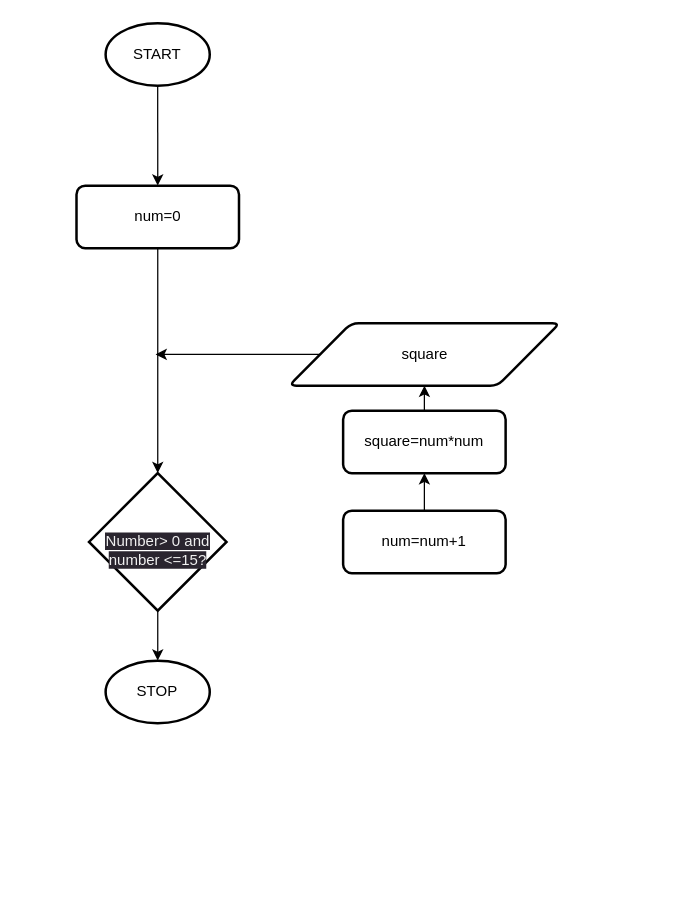
Above: LABS QUESTION C KISERA TIMON OMONDE 166998 ICS A.drawio in KiseraTimon/learning (draw.io), before the change. Source tidied: cells renumbered, new cells numbered last; positions are measured from the earlier drawing's top-left corner, leaving out a move shared by most shapes. Both pictures are drawn from the tidied source at 125%, with x=0, y=0 at pixel (76, 22).
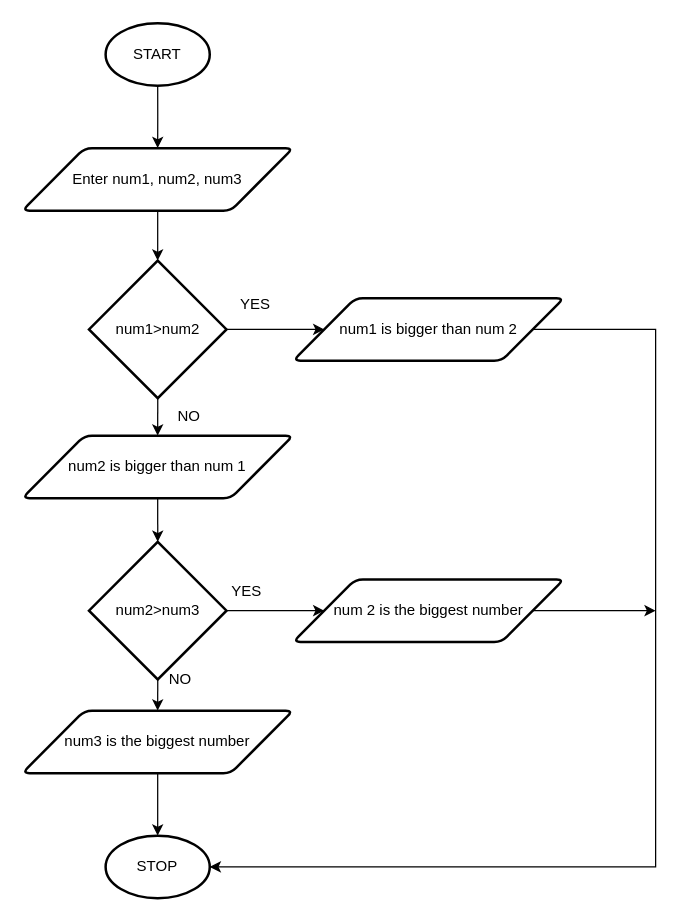
After the change.

The change refers to these unchanged cells:
```xml
<mxCell id="3" value="START" style="strokeWidth=2;html=1;shape=mxgraph.flowchart.start_1;whiteSpace=wrap;" parent="1" vertex="1">
  <mxGeometry x="23" width="83.3" height="50" as="geometry" />
</mxCell>
```

What changed in the source:
```diff
@@
-    <mxCell id="2" style="edgeStyle=orthogonalEdgeStyle;rounded=0;jettySize=auto;html=1;exitX=0.5;exitY=1;exitDx=0;exitDy=0;exitPerimeter=0;entryX=0.5;entryY=0;entryDx=0;entryDy=0;" parent="1" edge="1" source="3" target="7">
-      <mxGeometry relative="1" as="geometry" />
-    </mxCell>
+    <mxCell id="15" style="edgeStyle=orthogonalEdgeStyle;rounded=0;jettySize=auto;html=1;exitX=0.5;exitY=1;exitDx=0;exitDy=0;exitPerimeter=0;entryX=0.5;entryY=0;entryDx=0;entryDy=0;" parent="1" edge="1" source="3" target="13">
+      <mxGeometry relative="1" as="geometry" />
+    </mxCell>
@@
-    <mxCell id="4" style="edgeStyle=orthogonalEdgeStyle;rounded=0;jettySize=auto;html=1;exitX=0.5;exitY=1;exitDx=0;exitDy=0;exitPerimeter=0;" parent="1" edge="1" source="5" target="14">
-      <mxGeometry relative="1" as="geometry" />
-    </mxCell>
+    <mxCell id="16" style="edgeStyle=orthogonalEdgeStyle;rounded=0;jettySize=auto;html=1;exitX=1;exitY=0.5;exitDx=0;exitDy=0;exitPerimeter=0;" parent="1" edge="1" source="5" target="24">
+      <mxGeometry relative="1" as="geometry" />
+    </mxCell>
+    <mxCell id="17" style="edgeStyle=orthogonalEdgeStyle;rounded=0;jettySize=auto;html=1;exitX=0.5;exitY=1;exitDx=0;exitDy=0;exitPerimeter=0;entryX=0.5;entryY=0;entryDx=0;entryDy=0;" parent="1" edge="1" source="5" target="28">
+      <mxGeometry relative="1" as="geometry" />
+    </mxCell>
-    <mxCell id="5" value="&lt;br&gt;&lt;span style=&quot;color: rgb(240, 240, 240); font-family: Helvetica; font-size: 12px; font-style: normal; font-variant-ligatures: normal; font-variant-caps: normal; font-weight: 400; letter-spacing: normal; orphans: 2; text-align: center; text-indent: 0px; text-transform: none; widows: 2; word-spacing: 0px; -webkit-text-stroke-width: 0px; background-color: rgb(42, 37, 47); text-decoration-thickness: initial; text-decoration-style: initial; text-decoration-color: initial; float: none; display: inline !important;&quot;&gt;Number&amp;gt; 0 and number &amp;lt;=15?&lt;/span&gt;&lt;br&gt;" style="strokeWidth=2;html=1;shape=mxgraph.flowchart.decision;whiteSpace=wrap;" parent="1" vertex="1">
-      <mxGeometry x="9.7" y="360" width="110" height="110" as="geometry" />
+    <mxCell id="5" value="num1&amp;gt;num2" style="strokeWidth=2;html=1;shape=mxgraph.flowchart.decision;whiteSpace=wrap;" parent="1" vertex="1">
+      <mxGeometry x="9.7" y="190" width="110" height="110" as="geometry" />
     </mxCell>
-    <mxCell id="6" style="edgeStyle=orthogonalEdgeStyle;rounded=0;jettySize=auto;html=1;exitX=0.5;exitY=1;exitDx=0;exitDy=0;" parent="1" edge="1" source="7" target="5">
+    <mxCell id="6" style="edgeStyle=orthogonalEdgeStyle;rounded=0;jettySize=auto;html=1;exitX=0.5;exitY=1;exitDx=0;exitDy=0;" parent="1" edge="1" source="13" target="5">
       <mxGeometry relative="1" as="geometry" />
     </mxCell>
-    <mxCell id="7" value="num=0" style="rounded=1;whiteSpace=wrap;html=1;absoluteArcSize=1;arcSize=14;strokeWidth=2;" parent="1" vertex="1">
-      <mxGeometry x="-0.3" y="130" width="130" height="50" as="geometry" />
-    </mxCell>
-    <mxCell id="8" style="edgeStyle=orthogonalEdgeStyle;rounded=0;jettySize=auto;html=1;exitX=0.5;exitY=0;exitDx=0;exitDy=0;entryX=0.5;entryY=1;entryDx=0;entryDy=0;" parent="1" edge="1" source="9" target="11">
-      <mxGeometry relative="1" as="geometry" />
-    </mxCell>
-    <mxCell id="9" value="num=num+1" style="rounded=1;whiteSpace=wrap;html=1;absoluteArcSize=1;arcSize=14;strokeWidth=2;" parent="1" vertex="1">
-      <mxGeometry x="213" y="390" width="130" height="50" as="geometry" />
-    </mxCell>
-    <mxCell id="10" style="edgeStyle=orthogonalEdgeStyle;rounded=0;jettySize=auto;html=1;exitX=0.5;exitY=0;exitDx=0;exitDy=0;entryX=0.5;entryY=1;entryDx=0;entryDy=0;" parent="1" edge="1" source="11" target="13">
-      <mxGeometry relative="1" as="geometry" />
-    </mxCell>
-    <mxCell id="11" value="square=num*num" style="rounded=1;whiteSpace=wrap;html=1;absoluteArcSize=1;arcSize=14;strokeWidth=2;" parent="1" vertex="1">
-      <mxGeometry x="213" y="310" width="130" height="50" as="geometry" />
-    </mxCell>
-    <mxCell id="12" style="edgeStyle=orthogonalEdgeStyle;rounded=0;jettySize=auto;html=1;exitX=0;exitY=0.5;exitDx=0;exitDy=0;" parent="1" edge="1" source="13">
-      <mxGeometry relative="1" as="geometry">
-        <mxPoint x="63" y="265" as="targetPoint" />
-      </mxGeometry>
-    </mxCell>
-    <mxCell id="13" value="square" style="shape=parallelogram;html=1;strokeWidth=2;perimeter=parallelogramPerimeter;whiteSpace=wrap;rounded=1;arcSize=12;size=0.23;" parent="1" vertex="1">
-      <mxGeometry x="169.7" y="240" width="216.7" height="50" as="geometry" />
+    <mxCell id="13" value="Enter num1, num2, num3" style="shape=parallelogram;html=1;strokeWidth=2;perimeter=parallelogramPerimeter;whiteSpace=wrap;rounded=1;arcSize=12;size=0.23;" parent="1" vertex="1">
+      <mxGeometry x="-43.7" y="100" width="216.7" height="50" as="geometry" />
     </mxCell>
     <mxCell id="14" value="STOP" style="strokeWidth=2;html=1;shape=mxgraph.flowchart.start_1;whiteSpace=wrap;" parent="1" vertex="1">
-      <mxGeometry x="23" y="510" width="83.3" height="50" as="geometry" />
+      <mxGeometry x="23" y="650" width="83.3" height="50" as="geometry" />
     </mxCell>
+    <mxCell id="18" style="edgeStyle=orthogonalEdgeStyle;rounded=0;jettySize=auto;html=1;exitX=1;exitY=0.5;exitDx=0;exitDy=0;exitPerimeter=0;entryX=0;entryY=0.5;entryDx=0;entryDy=0;" parent="1" edge="1" source="20" target="22">
+      <mxGeometry relative="1" as="geometry" />
+    </mxCell>
+    <mxCell id="19" style="edgeStyle=orthogonalEdgeStyle;rounded=0;jettySize=auto;html=1;exitX=0.5;exitY=1;exitDx=0;exitDy=0;exitPerimeter=0;entryX=0.5;entryY=0;entryDx=0;entryDy=0;" parent="1" edge="1" source="20" target="26">
+      <mxGeometry relative="1" as="geometry" />
+    </mxCell>
+    <mxCell id="20" value="num2&amp;gt;num3" style="strokeWidth=2;html=1;shape=mxgraph.flowchart.decision;whiteSpace=wrap;" parent="1" vertex="1">
+      <mxGeometry x="9.7" y="415" width="110" height="110" as="geometry" />
+    </mxCell>
+    <mxCell id="21" style="edgeStyle=orthogonalEdgeStyle;rounded=0;jettySize=auto;html=1;exitX=1;exitY=0.5;exitDx=0;exitDy=0;" parent="1" edge="1" source="22">
+      <mxGeometry relative="1" as="geometry">
+        <mxPoint x="463" y="470" as="targetPoint" />
+      </mxGeometry>
+    </mxCell>
+    <mxCell id="22" value="num 2 is the biggest number" style="shape=parallelogram;html=1;strokeWidth=2;perimeter=parallelogramPerimeter;whiteSpace=wrap;rounded=1;arcSize=12;size=0.23;" parent="1" vertex="1">
+      <mxGeometry x="173" y="445" width="216.7" height="50" as="geometry" />
+    </mxCell>
+    <mxCell id="23" style="edgeStyle=orthogonalEdgeStyle;rounded=0;jettySize=auto;html=1;exitX=1;exitY=0.5;exitDx=0;exitDy=0;entryX=1;entryY=0.5;entryDx=0;entryDy=0;entryPerimeter=0;" parent="1" edge="1" source="24" target="14">
+      <mxGeometry relative="1" as="geometry">
+        <Array as="points">
+          <mxPoint x="463" y="245" />
+          <mxPoint x="463" y="675" />
+        </Array>
+      </mxGeometry>
+    </mxCell>
+    <mxCell id="24" value="num1 is bigger than num 2" style="shape=parallelogram;html=1;strokeWidth=2;perimeter=parallelogramPerimeter;whiteSpace=wrap;rounded=1;arcSize=12;size=0.23;" parent="1" vertex="1">
+      <mxGeometry x="173" y="220" width="216.7" height="50" as="geometry" />
+    </mxCell>
+    <mxCell id="25" style="edgeStyle=orthogonalEdgeStyle;rounded=0;jettySize=auto;html=1;exitX=0.5;exitY=1;exitDx=0;exitDy=0;entryX=0.5;entryY=0;entryDx=0;entryDy=0;entryPerimeter=0;" parent="1" edge="1" source="26" target="14">
+      <mxGeometry relative="1" as="geometry" />
+    </mxCell>
+    <mxCell id="26" value="num3 is the biggest number" style="shape=parallelogram;html=1;strokeWidth=2;perimeter=parallelogramPerimeter;whiteSpace=wrap;rounded=1;arcSize=12;size=0.23;" parent="1" vertex="1">
+      <mxGeometry x="-43.7" y="550" width="216.7" height="50" as="geometry" />
+    </mxCell>
+    <mxCell id="27" style="edgeStyle=orthogonalEdgeStyle;rounded=0;jettySize=auto;html=1;exitX=0.5;exitY=1;exitDx=0;exitDy=0;entryX=0.5;entryY=0;entryDx=0;entryDy=0;entryPerimeter=0;" parent="1" edge="1" source="28" target="20">
+      <mxGeometry relative="1" as="geometry" />
+    </mxCell>
+    <mxCell id="28" value="num2 is bigger than num 1" style="shape=parallelogram;html=1;strokeWidth=2;perimeter=parallelogramPerimeter;whiteSpace=wrap;rounded=1;arcSize=12;size=0.23;" parent="1" vertex="1">
+      <mxGeometry x="-43.7" y="330" width="216.7" height="50" as="geometry" />
+    </mxCell>
+    <mxCell id="29" value="NO" style="text;strokeColor=none;align=center;fillColor=none;html=1;verticalAlign=middle;whiteSpace=wrap;rounded=0;" parent="1" vertex="1">
+      <mxGeometry x="53" y="510" width="60" height="30" as="geometry" />
+    </mxCell>
+    <mxCell id="30" value="YES" style="text;strokeColor=none;align=center;fillColor=none;html=1;verticalAlign=middle;whiteSpace=wrap;rounded=0;" parent="1" vertex="1">
+      <mxGeometry x="106.3" y="440" width="60" height="30" as="geometry" />
+    </mxCell>
+    <mxCell id="31" value="NO" style="text;strokeColor=none;align=center;fillColor=none;html=1;verticalAlign=middle;whiteSpace=wrap;rounded=0;" parent="1" vertex="1">
+      <mxGeometry x="59.7" y="300" width="60" height="30" as="geometry" />
+    </mxCell>
+    <mxCell id="32" value="YES" style="text;strokeColor=none;align=center;fillColor=none;html=1;verticalAlign=middle;whiteSpace=wrap;rounded=0;" parent="1" vertex="1">
+      <mxGeometry x="113" y="210" width="60" height="30" as="geometry" />
+    </mxCell>
```
